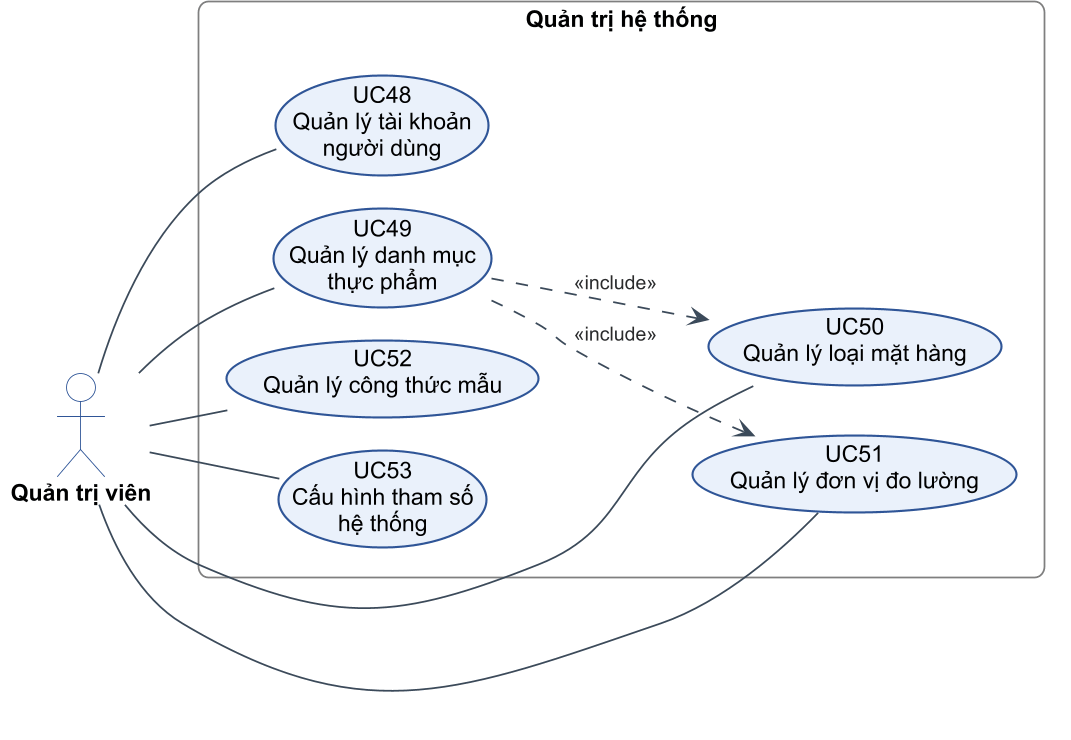
Above: figures/diagrams/c2-19-uc-quan-tri.png in PhucNguyen204/report-project (PlantUML), before the change. Source of this version:
```plantuml
@startuml c2-19-uc-quan-tri
!include _style.iuml
left to right direction

actor "Quản trị viên" as A

rectangle "Quản trị hệ thống" as B {
  usecase "UC48\nQuản lý tài khoản\nngười dùng" as UC48
  usecase "UC50\nQuản lý loại mặt hàng" as UC50
  usecase "UC49\nQuản lý danh mục\nthực phẩm" as UC49
  usecase "UC51\nQuản lý đơn vị đo lường" as UC51
  usecase "UC52\nQuản lý công thức mẫu" as UC52
  usecase "UC53\nCấu hình tham số\nhệ thống" as UC53
}

A -- UC48
A -- UC50
A -- UC49
A -- UC51
A -- UC52
A -- UC53
UC49 .[norank].> UC50 : <<include>>
UC49 .[norank].> UC51 : <<include>>
@enduml
```
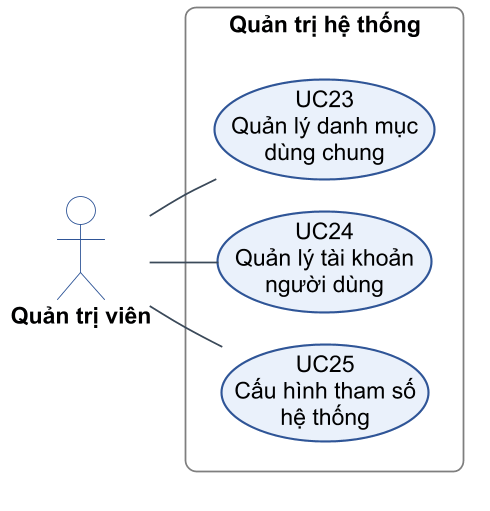
The same file after the commit.

The edit, as a diff of the source:
```diff
@@ -5,20 +5,12 @@
 actor "Quản trị viên" as A
 
 rectangle "Quản trị hệ thống" as B {
-  usecase "UC48\nQuản lý tài khoản\nngười dùng" as UC48
-  usecase "UC50\nQuản lý loại mặt hàng" as UC50
-  usecase "UC49\nQuản lý danh mục\nthực phẩm" as UC49
-  usecase "UC51\nQuản lý đơn vị đo lường" as UC51
-  usecase "UC52\nQuản lý công thức mẫu" as UC52
-  usecase "UC53\nCấu hình tham số\nhệ thống" as UC53
+  usecase "UC23\nQuản lý danh mục\ndùng chung" as UC23
+  usecase "UC24\nQuản lý tài khoản\nngười dùng" as UC24
+  usecase "UC25\nCấu hình tham số\nhệ thống" as UC25
 }
 
-A -- UC48
-A -- UC50
-A -- UC49
-A -- UC51
-A -- UC52
-A -- UC53
-UC49 .[norank].> UC50 : <<include>>
-UC49 .[norank].> UC51 : <<include>>
+A -- UC23
+A -- UC24
+A -- UC25
 @enduml
```
